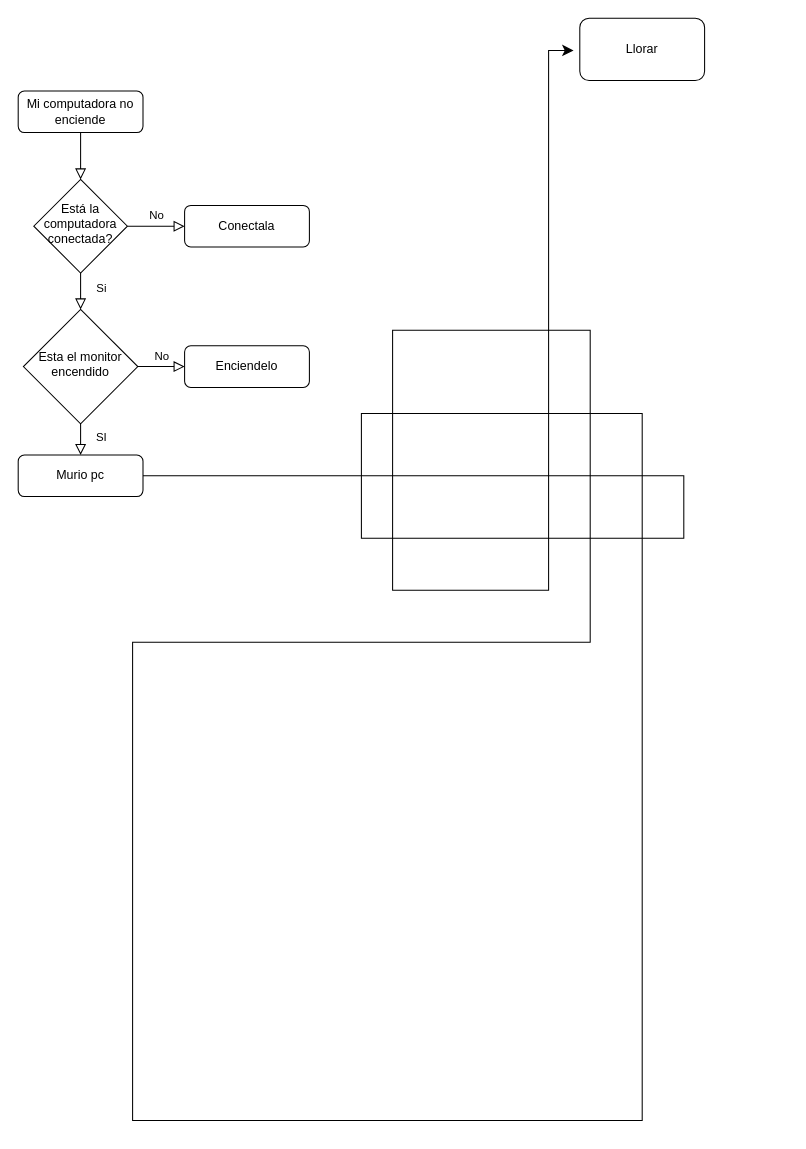
This is Diagrama sin título.drawio from Huerti430/Repositorio-N-1, a draw.io file, before an edit. Source tidied: cells renumbered, new cells numbered last; positions are measured from the earlier drawing's top-left corner, leaving out a move shared by most shapes. Both pictures are drawn from the tidied source at 104%, with x=0, y=0 at pixel (18, 18).
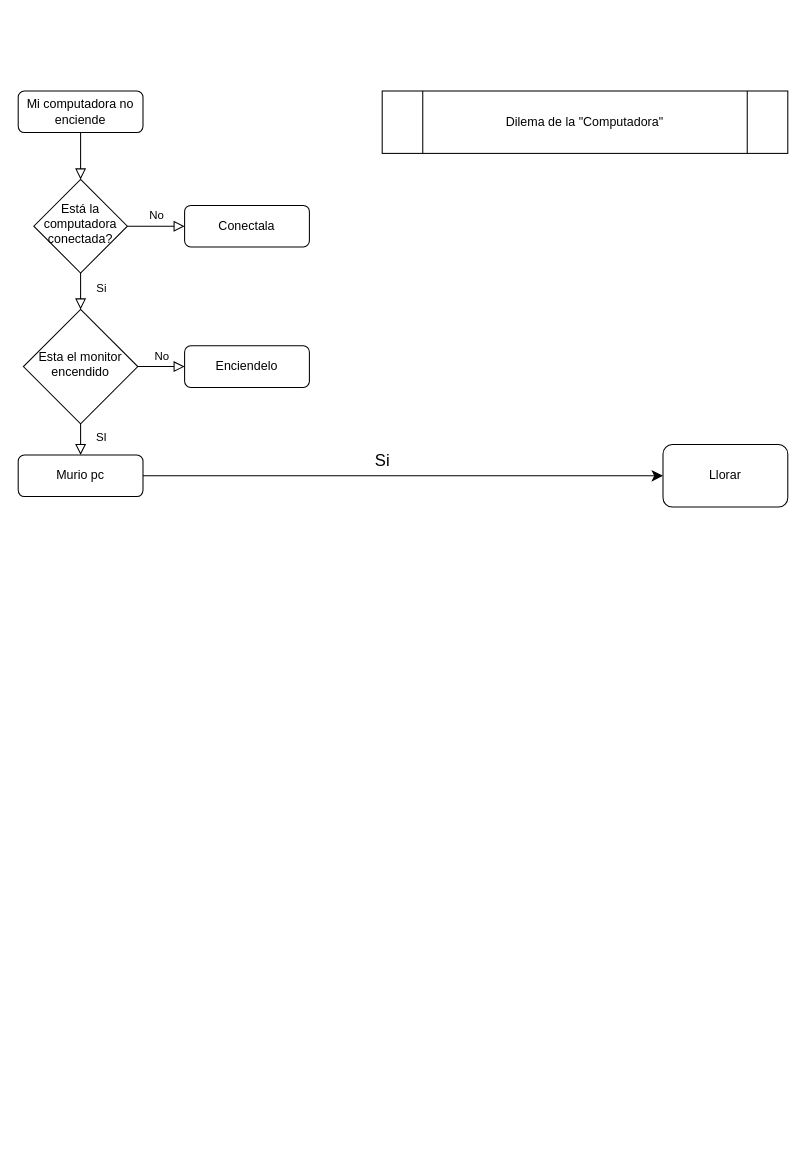
After the change.

Commit message:
Diagrama de Flujo "Dilema Computadora"

Unchanged cells that the change refers to:
```xml
<mxCell id="11" value="Murio pc" style="rounded=1;whiteSpace=wrap;html=1;fontSize=12;glass=0;strokeWidth=1;shadow=0;" parent="1" vertex="1">
  <mxGeometry y="420" width="120" height="40" as="geometry" />
</mxCell>
```

What changed in the source:
```diff
@@
+    <mxCell id="13" style="edgeStyle=none;curved=1;rounded=0;jettySize=auto;html=1;exitX=1;exitY=0.5;exitDx=0;exitDy=0;entryX=0;entryY=0.5;entryDx=0;entryDy=0;fontSize=12;startSize=8;endSize=8;" parent="1" edge="1" source="11" target="14">
+      <mxGeometry relative="1" as="geometry" />
+    </mxCell>
@@
-    <mxCell id="13" style="edgeStyle=segmentEdgeStyle;endArrow=classic;html=1;curved=0;rounded=0;endSize=8;startSize=8;sourcePerimeterSpacing=0;targetPerimeterSpacing=0;fontSize=12;entryX=-0.05;entryY=0.517;entryDx=0;entryDy=0;entryPerimeter=0;exitX=1;exitY=0.5;exitDx=0;exitDy=0;" parent="1" edge="1" source="11" target="14">
-      <mxGeometry relative="1" as="geometry">
-        <Array as="points">
-          <mxPoint x="640" y="440" />
-          <mxPoint x="640" y="500" />
-          <mxPoint x="330" y="500" />
-          <mxPoint x="330" y="380" />
-          <mxPoint x="600" y="380" />
-          <mxPoint x="600" y="1060" />
-          <mxPoint x="110" y="1060" />
-          <mxPoint x="110" y="600" />
-          <mxPoint x="550" y="600" />
-          <mxPoint x="550" y="300" />
-          <mxPoint x="360" y="300" />
-          <mxPoint x="360" y="550" />
-          <mxPoint x="510" y="550" />
-          <mxPoint x="510" y="31" />
-        </Array>
-      </mxGeometry>
-    </mxCell>
     <mxCell id="14" value="Llorar" style="rounded=1;whiteSpace=wrap;html=1;" parent="1" vertex="1">
-      <mxGeometry x="540" width="120" height="60" as="geometry" />
+      <mxGeometry x="620" y="410" width="120" height="60" as="geometry" />
     </mxCell>
+    <mxCell id="15" value="Dilema de la &quot;Computadora&quot;" style="shape=process;whiteSpace=wrap;html=1;backgroundOutline=1;" parent="1" vertex="1">
+      <mxGeometry x="350" y="70" width="390" height="60" as="geometry" />
+    </mxCell>
+    <mxCell id="16" value="Si" style="text;html=1;align=center;verticalAlign=middle;strokeColor=none;fillColor=none;fontSize=16;" parent="1" vertex="1">
+      <mxGeometry x="330" y="410" width="40" height="30" as="geometry" />
+    </mxCell>
```
